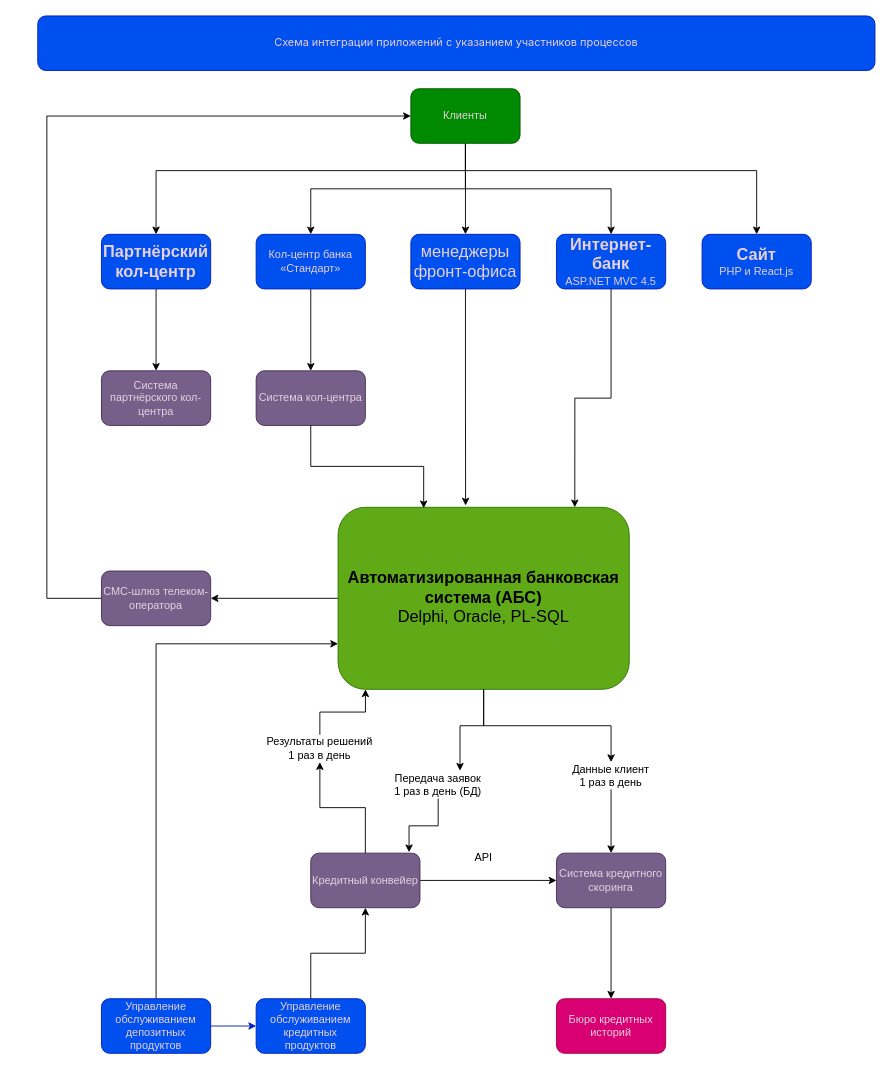
Above: Task1/Схема интеграции приложений с указанием участников процессов.drawio in vaszol/architecture-pro-standart (draw.io), before the change. Source tidied: cells renumbered, new cells numbered last; positions are measured from the earlier drawing's top-left corner, leaving out a move shared by most shapes. Both pictures are drawn from the tidied source at 91%, with x=0, y=0 at pixel (37, 15).
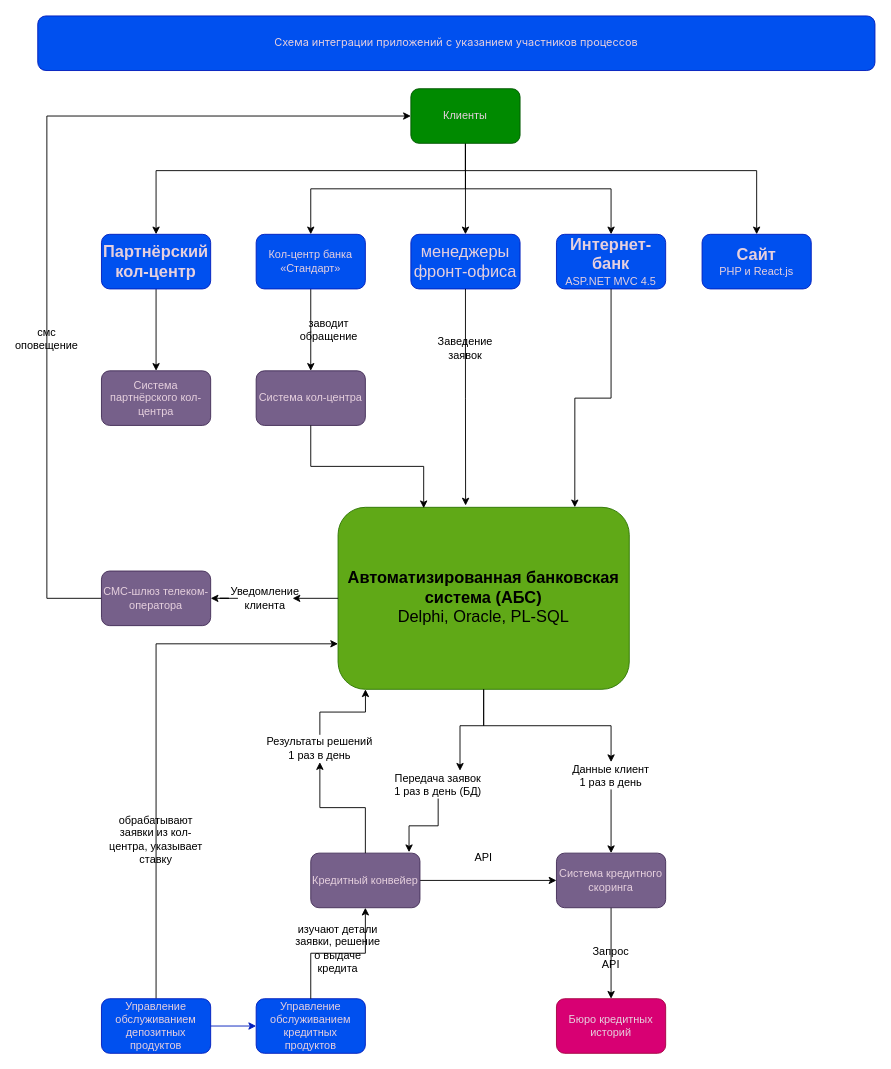
The same diagram, later.

Commit message:
Задание 1. Карта IT-ландшафта и схема интеграции приложений

The change refers to these unchanged cells:
```xml
<mxCell id="5" value="&lt;strong style=&quot;box-sizing: inherit; font-family: &amp;quot;YS Text&amp;quot;, sans-serif; font-size: 18px; text-align: start; white-space-collapse: preserve-breaks;&quot;&gt;&lt;font style=&quot;color: light-dark(rgb(0, 0, 0), rgb(26, 26, 26));&quot;&gt;Автоматизированная банковская система (АБС)&lt;/font&gt;&lt;/strong&gt;&lt;div&gt;&lt;strong style=&quot;box-sizing: inherit; font-family: &amp;quot;YS Text&amp;quot;, sans-serif; font-size: 18px; text-align: start; white-space-collapse: preserve-breaks;&quot;&gt;&lt;span style=&quot;font-weight: 400;&quot;&gt;&lt;font style=&quot;color: light-dark(rgb(0, 0, 0), rgb(26, 26, 26));&quot;&gt;Delphi, Oracle, PL-SQL&lt;/font&gt;&lt;/span&gt;&lt;/strong&gt;&lt;/div&gt;" style="rounded=1;whiteSpace=wrap;html=1;fontColor=#E6D0DE;fillColor=#60a917;strokeColor=#2D7600;labelBackgroundColor=none;" parent="1" vertex="1">
  <mxGeometry x="330" y="540" width="320" height="200" as="geometry" />
</mxCell>
<mxCell id="25" value="СМС-шлюз телеком-оператора" style="rounded=1;whiteSpace=wrap;html=1;fillColor=#76608a;fontColor=#E6D0DE;strokeColor=#432D57;" parent="1" vertex="1">
  <mxGeometry x="70" y="610" width="120" height="60" as="geometry" />
</mxCell>
```

Change to the diagram source:
```diff
@@
-    <mxCell id="3" style="edgeStyle=orthogonalEdgeStyle;rounded=0;jettySize=auto;html=1;entryX=1;entryY=0.5;entryDx=0;entryDy=0;fontColor=#E6D0DE;" parent="1" edge="1" source="5" target="25">
+    <mxCell id="3" style="edgeStyle=orthogonalEdgeStyle;rounded=0;jettySize=auto;html=1;entryX=1;entryY=0.5;entryDx=0;entryDy=0;fontColor=#E6D0DE;" parent="1" edge="1" source="49" target="25">
       <mxGeometry relative="1" as="geometry" />
     </mxCell>
@@
+    <mxCell id="45" value="Запрос API" style="text;html=1;strokeColor=none;fillColor=none;align=center;verticalAlign=middle;whiteSpace=wrap;rounded=0;" parent="1" vertex="1">
+      <mxGeometry x="600" y="1020" width="60" height="30" as="geometry" />
+    </mxCell>
+    <mxCell id="46" value="изучают детали заявки,&amp;nbsp;решение о выдаче кредита" style="text;html=1;strokeColor=none;fillColor=none;align=center;verticalAlign=middle;whiteSpace=wrap;rounded=0;" parent="1" vertex="1">
+      <mxGeometry x="300" y="1010" width="60" height="30" as="geometry" />
+    </mxCell>
+    <mxCell id="47" value="обрабатывают заявки из кол-центра,&amp;nbsp;указывает ставку" style="text;html=1;strokeColor=none;fillColor=none;align=center;verticalAlign=middle;whiteSpace=wrap;rounded=0;" parent="1" vertex="1">
+      <mxGeometry x="100" y="890" width="60" height="30" as="geometry" />
+    </mxCell>
+    <mxCell id="48" style="edgeStyle=orthogonalEdgeStyle;rounded=0;jettySize=auto;html=1;entryX=1;entryY=0.5;entryDx=0;entryDy=0;fontColor=#E6D0DE;" parent="1" edge="1" source="5" target="49">
+      <mxGeometry relative="1" as="geometry" />
+    </mxCell>
+    <mxCell id="49" value="Уведомление клиента" style="text;html=1;strokeColor=none;fillColor=none;align=center;verticalAlign=middle;whiteSpace=wrap;rounded=0;" parent="1" vertex="1">
+      <mxGeometry x="220" y="625" width="60" height="30" as="geometry" />
+    </mxCell>
+    <mxCell id="50" value="смс оповещение" style="text;html=1;strokeColor=none;fillColor=none;align=center;verticalAlign=middle;whiteSpace=wrap;rounded=0;" parent="1" vertex="1">
+      <mxGeometry x="-20" y="340" width="60" height="30" as="geometry" />
+    </mxCell>
+    <mxCell id="51" value="Заведение заявок" style="text;html=1;strokeColor=none;fillColor=none;align=center;verticalAlign=middle;whiteSpace=wrap;rounded=0;" parent="1" vertex="1">
+      <mxGeometry x="440" y="350" width="60" height="30" as="geometry" />
+    </mxCell>
+    <mxCell id="52" value="заводит обращение" style="text;html=1;strokeColor=none;fillColor=none;align=center;verticalAlign=middle;whiteSpace=wrap;rounded=0;" parent="1" vertex="1">
+      <mxGeometry x="290" y="330" width="60" height="30" as="geometry" />
+    </mxCell>
```
